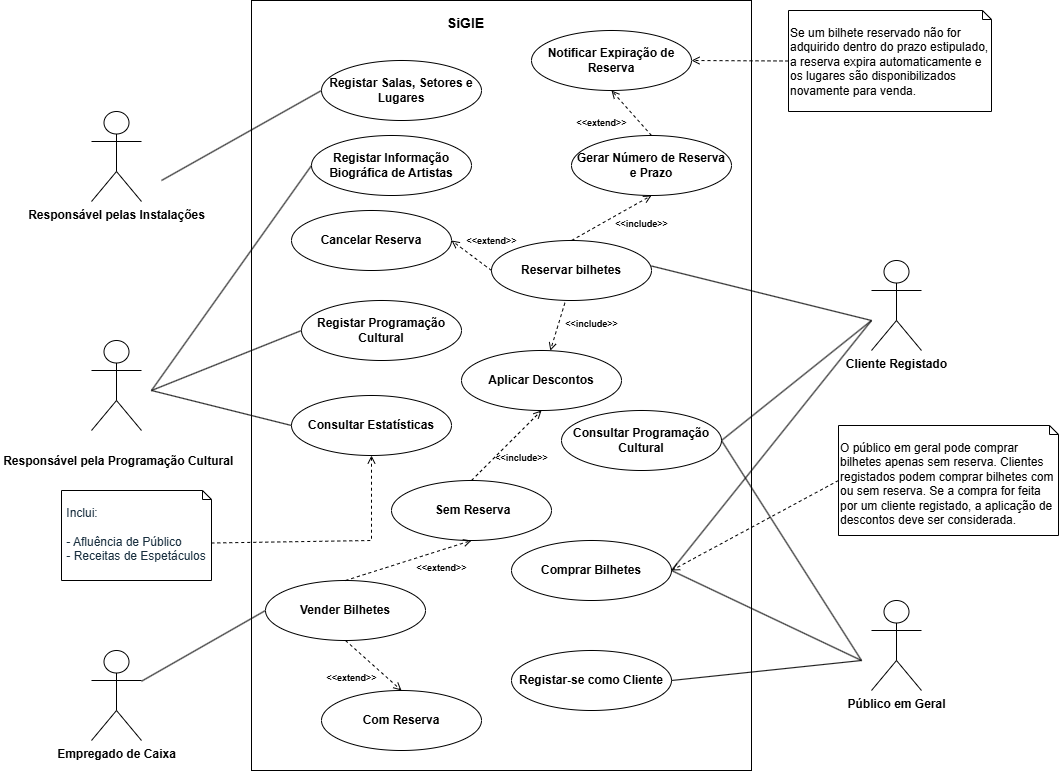
This is UML_Casos.drawio.png from leorsd/ESOF_UML, a draw.io export, as it was before one commit. Source tidied: cells renumbered, new cells last; positions are measured from the earlier drawing's top-left corner, leaving out a move shared by most shapes.
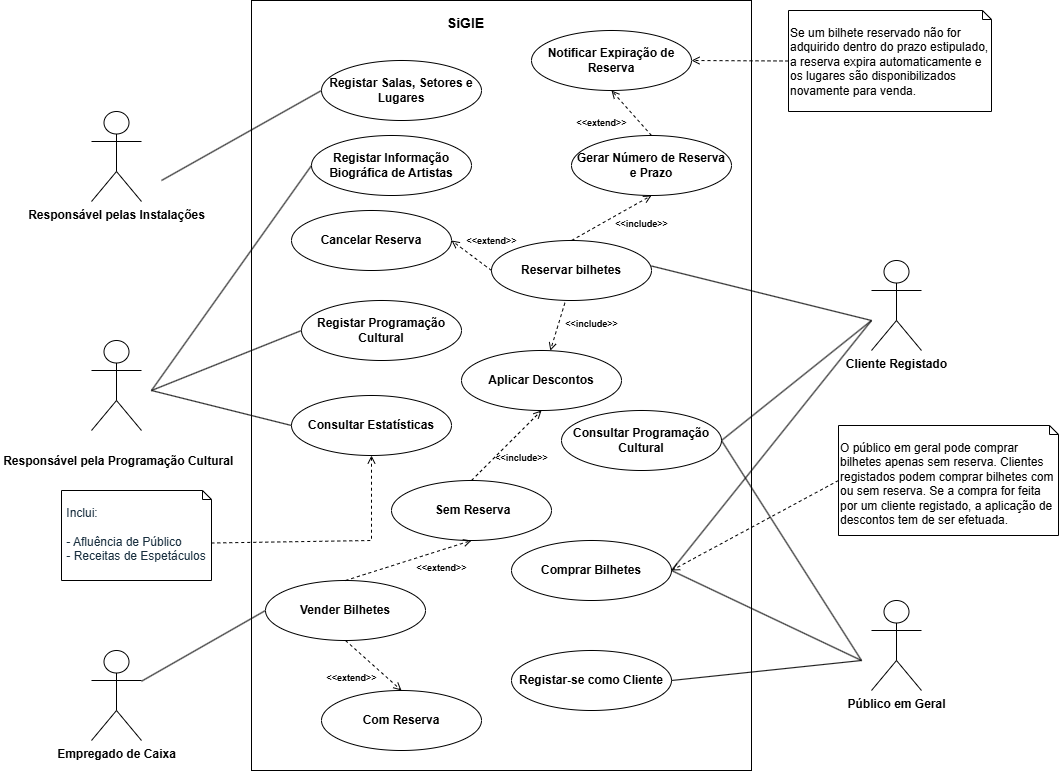
After the change.

What changed in the source:
```diff
@@ -182,7 +182,7 @@
     <mxCell id="53" style="endArrow=open;dashed=1;endFill=0;html=1;rounded=0;fontColor=default;exitX=0;exitY=0.5;exitDx=0;exitDy=0;labelBackgroundColor=none;entryX=1;entryY=0.5;entryDx=0;entryDy=0;exitPerimeter=0;" parent="1" edge="1" source="52" target="39">
       <mxGeometry relative="1" as="geometry" />
     </mxCell>
-    <mxCell id="54" value="&lt;div style=&quot;&quot;&gt;O público em geral pode comprar bilhetes apenas sem reserva. Clientes registados podem comprar bilhetes com ou sem reserva. Se a compra for feita por um cliente registado, a aplicação de descontos deve ser considerada.&lt;/div&gt;" style="shape=note2;boundedLbl=1;whiteSpace=wrap;html=1;size=9;verticalAlign=top;align=left;labelBackgroundColor=none;" parent="1" vertex="1">
+    <mxCell id="54" value="&lt;div style=&quot;&quot;&gt;O público em geral pode comprar bilhetes apenas sem reserva. Clientes registados podem comprar bilhetes com ou sem reserva. Se a compra for feita por um cliente registado, a aplicação de descontos tem de ser efetuada.&lt;/div&gt;" style="shape=note2;boundedLbl=1;whiteSpace=wrap;html=1;size=9;verticalAlign=top;align=left;labelBackgroundColor=none;" parent="1" vertex="1">
       <mxGeometry x="777" y="425" width="220" height="110" as="geometry" />
     </mxCell>
     <mxCell id="55" style="endArrow=open;dashed=1;endFill=0;html=1;rounded=0;fontColor=default;exitX=0;exitY=0.5;exitDx=0;exitDy=0;labelBackgroundColor=none;entryX=1;entryY=0.5;entryDx=0;entryDy=0;exitPerimeter=0;" parent="1" edge="1" source="54" target="49">
```
